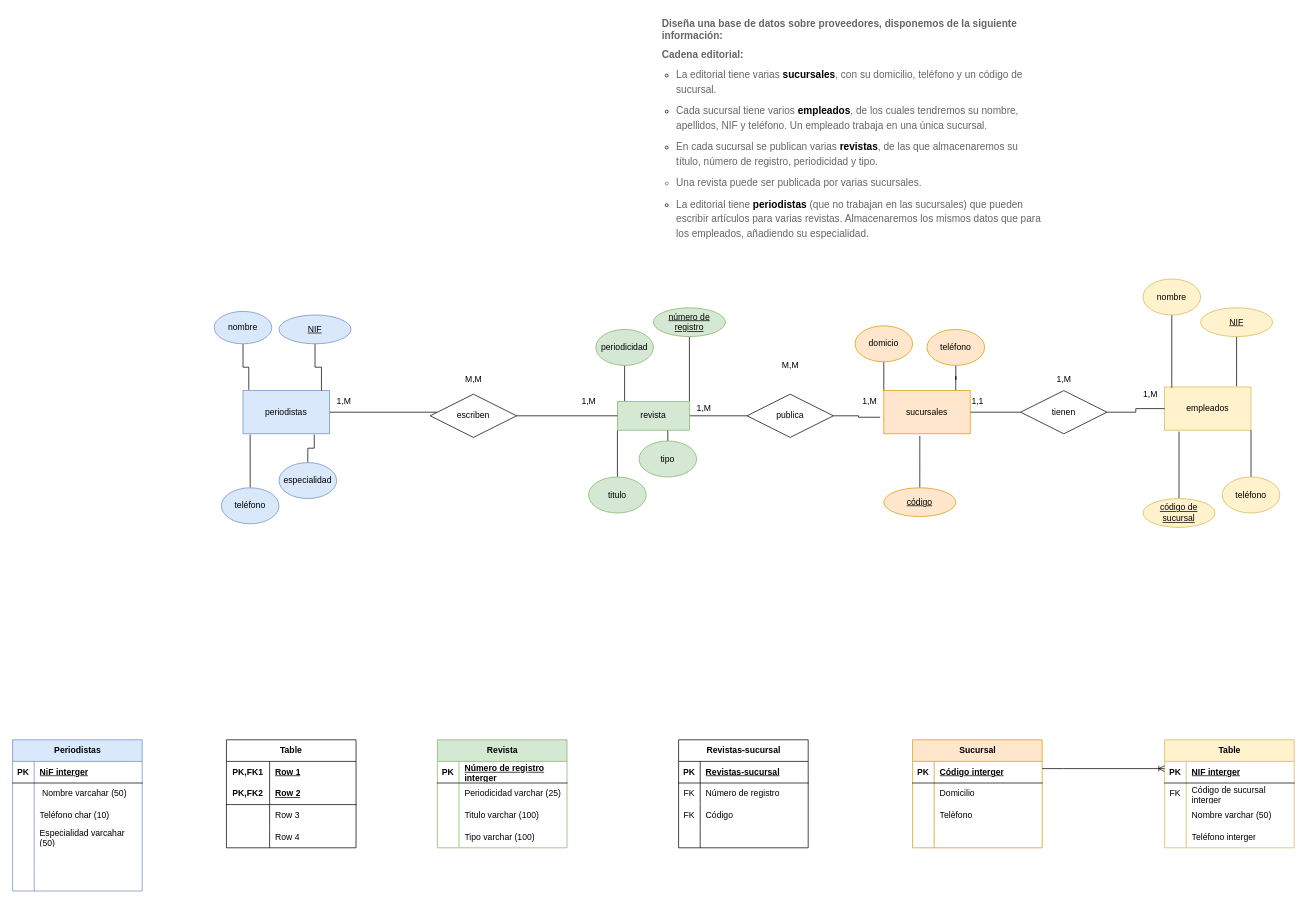
Above: Diagrama sin título.drawio in SandraGael/prueba (draw.io), before the change. Source tidied: cells renumbered, new cells numbered last; positions are measured from the earlier drawing's top-left corner, leaving out a move shared by most shapes. Both pictures are drawn from the tidied source at 72%, with x=0, y=0 at pixel (12, 12).
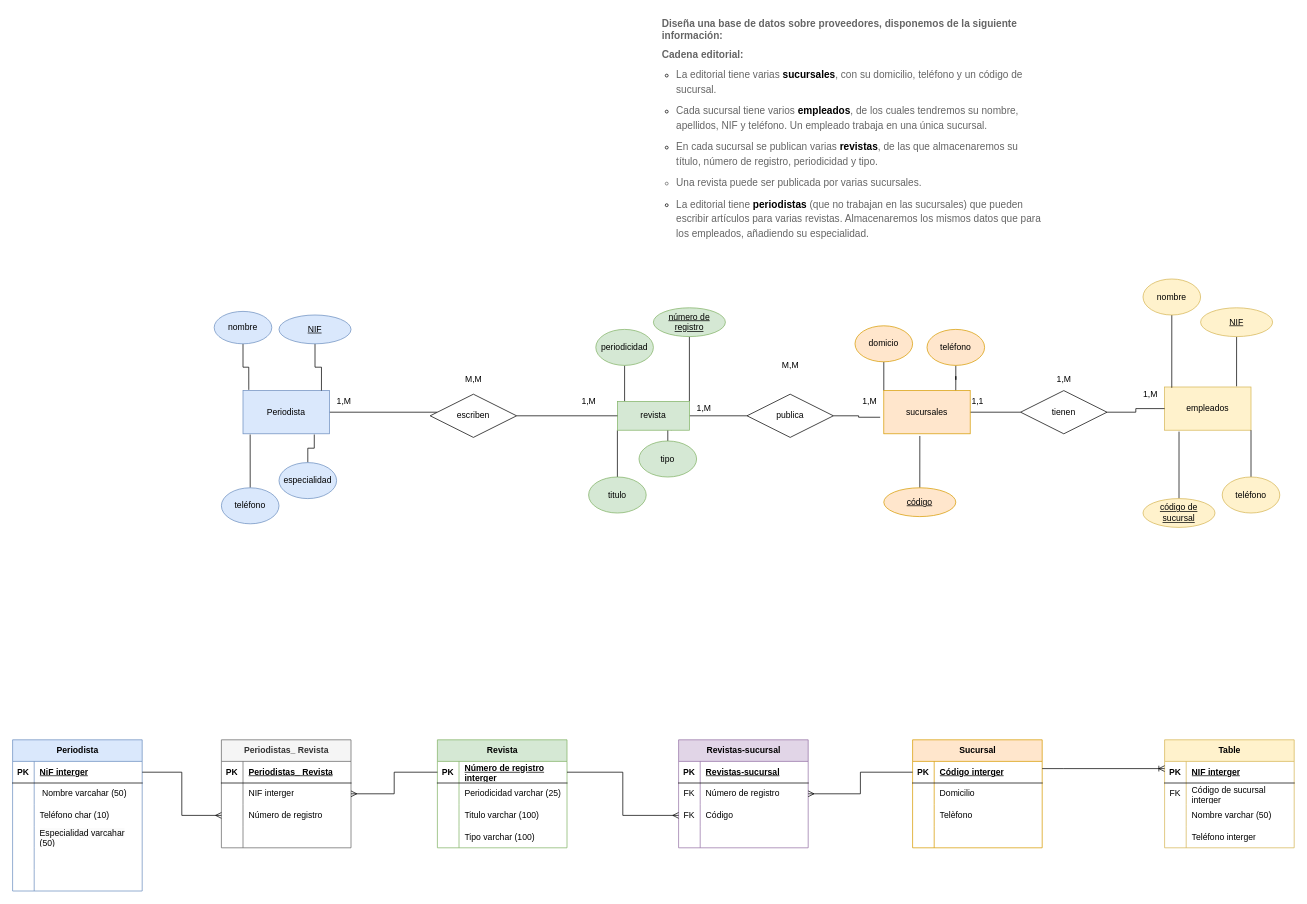
After the change.

The change refers to these unchanged cells:
```xml
<mxCell id="47" style="shape=tableRow;horizontal=0;startSize=0;swimlaneHead=0;swimlaneBody=0;fillColor=none;points=[[0,0.5],[1,0.5]];portConstraint=eastwest;top=0;left=0;right=0;bottom=1;" parent="46" vertex="1">
  <mxGeometry y="30" width="180" height="30" as="geometry" />
</mxCell>
<mxCell id="66" style="shape=tableRow;horizontal=0;startSize=0;swimlaneHead=0;swimlaneBody=0;fillColor=none;points=[[0,0.5],[1,0.5]];portConstraint=eastwest;top=0;left=0;right=0;bottom=1;" parent="65" vertex="1">
  <mxGeometry y="30" width="180" height="30" as="geometry" />
</mxCell>
<mxCell id="79" style="shape=tableRow;horizontal=0;startSize=0;swimlaneHead=0;swimlaneBody=0;fillColor=none;points=[[0,0.5],[1,0.5]];portConstraint=eastwest;top=0;left=0;right=0;bottom=1;" parent="78" vertex="1">
  <mxGeometry y="30" width="180" height="30" as="geometry" />
</mxCell>
<mxCell id="131" style="shape=tableRow;horizontal=0;startSize=0;swimlaneHead=0;swimlaneBody=0;fillColor=none;points=[[0,0.5],[1,0.5]];portConstraint=eastwest;top=0;left=0;right=0;bottom=0;" parent="127" vertex="1">
  <mxGeometry y="60" width="180" height="30" as="geometry" />
</mxCell>
<mxCell id="134" style="shape=tableRow;horizontal=0;startSize=0;swimlaneHead=0;swimlaneBody=0;fillColor=none;points=[[0,0.5],[1,0.5]];portConstraint=eastwest;top=0;left=0;right=0;bottom=0;" parent="127" vertex="1">
  <mxGeometry y="90" width="180" height="30" as="geometry" />
</mxCell>
```

What changed in the source:
```diff
@@
-    <mxCell id="5" value="periodistas" style="rounded=0;whiteSpace=wrap;html=1;fillColor=#dae8fc;strokeColor=#6c8ebf;" parent="1" vertex="1">
+    <mxCell id="5" value="Periodista" style="rounded=0;whiteSpace=wrap;html=1;fillColor=#dae8fc;strokeColor=#6c8ebf;" parent="1" vertex="1">
       <mxGeometry x="320" y="525" width="120" height="60" as="geometry" />
     </mxCell>
@@
-    <mxCell id="46" value="Periodistas" style="shape=table;startSize=30;childLayout=tableLayout;rowLines=0;fontStyle=1;align=center;html=1;fillColor=#dae8fc;strokeColor=#6c8ebf;" parent="1" vertex="1">
+    <mxCell id="46" value="Periodista" style="shape=table;startSize=30;childLayout=tableLayout;rowLines=0;fontStyle=1;align=center;html=1;fillColor=#dae8fc;strokeColor=#6c8ebf;" parent="1" vertex="1">
       <mxGeometry y="1010" width="180" height="210" as="geometry" />
     </mxCell>
@@
-    <mxCell id="91" value="Table" style="shape=table;startSize=30;childLayout=tableLayout;rowLines=0;fontStyle=1;align=center;html=1;whiteSpace=wrap;" parent="1" vertex="1">
-      <mxGeometry x="297" y="1010" width="180" height="150" as="geometry" />
-    </mxCell>
-    <mxCell id="92" style="shape=tableRow;horizontal=0;startSize=0;swimlaneHead=0;swimlaneBody=0;fillColor=none;top=0;left=0;right=0;bottom=0;html=1;" parent="91" vertex="1">
-      <mxGeometry y="30" width="180" height="30" as="geometry" />
-    </mxCell>
-    <mxCell id="93" value="PK,FK1" style="shape=partialRectangle;fillColor=none;top=0;left=0;bottom=0;right=0;fontStyle=1;overflow=hidden;html=1;whiteSpace=wrap;" parent="92" vertex="1">
-      <mxGeometry width="60" height="30" as="geometry" />
-    </mxCell>
-    <mxCell id="94" value="Row 1" style="shape=partialRectangle;fillColor=none;top=0;left=0;bottom=0;right=0;align=left;spacingLeft=6;fontStyle=5;overflow=hidden;html=1;whiteSpace=wrap;" parent="92" vertex="1">
-      <mxGeometry x="60" width="120" height="30" as="geometry" />
-    </mxCell>
-    <mxCell id="95" style="shape=tableRow;horizontal=0;startSize=0;swimlaneHead=0;swimlaneBody=0;fillColor=none;top=0;left=0;right=0;bottom=1;html=1;" parent="91" vertex="1">
-      <mxGeometry y="60" width="180" height="30" as="geometry" />
-    </mxCell>
-    <mxCell id="96" value="PK,FK2" style="shape=partialRectangle;fillColor=none;top=0;left=0;bottom=0;right=0;fontStyle=1;overflow=hidden;html=1;whiteSpace=wrap;" parent="95" vertex="1">
-      <mxGeometry width="60" height="30" as="geometry" />
-    </mxCell>
-    <mxCell id="97" value="Row 2" style="shape=partialRectangle;fillColor=none;top=0;left=0;bottom=0;right=0;align=left;spacingLeft=6;fontStyle=5;overflow=hidden;html=1;whiteSpace=wrap;" parent="95" vertex="1">
-      <mxGeometry x="60" width="120" height="30" as="geometry" />
-    </mxCell>
-    <mxCell id="98" style="shape=tableRow;horizontal=0;startSize=0;swimlaneHead=0;swimlaneBody=0;fillColor=none;top=0;left=0;right=0;bottom=0;html=1;" parent="91" vertex="1">
-      <mxGeometry y="90" width="180" height="30" as="geometry" />
-    </mxCell>
-    <mxCell id="99" style="shape=partialRectangle;fillColor=none;top=0;left=0;bottom=0;right=0;overflow=hidden;html=1;whiteSpace=wrap;" parent="98" vertex="1">
-      <mxGeometry width="60" height="30" as="geometry" />
-    </mxCell>
-    <mxCell id="100" value="Row 3" style="shape=partialRectangle;fillColor=none;top=0;left=0;bottom=0;right=0;align=left;spacingLeft=6;overflow=hidden;html=1;whiteSpace=wrap;" parent="98" vertex="1">
-      <mxGeometry x="60" width="120" height="30" as="geometry" />
-    </mxCell>
-    <mxCell id="101" style="shape=tableRow;horizontal=0;startSize=0;swimlaneHead=0;swimlaneBody=0;fillColor=none;top=0;left=0;right=0;bottom=0;html=1;" parent="91" vertex="1">
-      <mxGeometry y="120" width="180" height="30" as="geometry" />
-    </mxCell>
-    <mxCell id="102" style="shape=partialRectangle;fillColor=none;top=0;left=0;bottom=0;right=0;overflow=hidden;html=1;whiteSpace=wrap;" parent="101" vertex="1">
-      <mxGeometry width="60" height="30" as="geometry" />
-    </mxCell>
-    <mxCell id="103" value="Row 4" style="shape=partialRectangle;fillColor=none;top=0;left=0;bottom=0;right=0;align=left;spacingLeft=6;overflow=hidden;html=1;whiteSpace=wrap;" parent="101" vertex="1">
-      <mxGeometry x="60" width="120" height="30" as="geometry" />
-    </mxCell>
@@
-    <mxCell id="127" value="Revistas-sucursal" style="shape=table;startSize=30;childLayout=tableLayout;rowLines=0;fontStyle=1;align=center;html=1;" parent="1" vertex="1">
+    <mxCell id="127" value="Revistas-sucursal" style="shape=table;startSize=30;childLayout=tableLayout;rowLines=0;fontStyle=1;align=center;html=1;fillColor=#e1d5e7;strokeColor=#9673a6;" parent="1" vertex="1">
       <mxGeometry x="925" y="1010" width="180" height="150" as="geometry" />
     </mxCell>
@@
+    <mxCell id="140" style="edgeStyle=orthogonalEdgeStyle;rounded=0;jettySize=auto;html=1;exitX=1;exitY=0.5;exitDx=0;exitDy=0;entryX=0;entryY=0.5;entryDx=0;entryDy=0;endArrow=ERmany;endFill=0;" parent="1" edge="1" source="66" target="134">
+      <mxGeometry relative="1" as="geometry" />
+    </mxCell>
+    <mxCell id="141" style="edgeStyle=orthogonalEdgeStyle;rounded=0;jettySize=auto;html=1;entryX=1;entryY=0.5;entryDx=0;entryDy=0;endArrow=ERmany;endFill=0;" parent="1" edge="1" source="79" target="131">
+      <mxGeometry relative="1" as="geometry" />
+    </mxCell>
+    <mxCell id="142" value="Periodistas_ Revista" style="shape=table;startSize=30;childLayout=tableLayout;rowLines=0;fontStyle=1;align=center;html=1;fillColor=#f5f5f5;fontColor=#333333;strokeColor=#666666;" parent="1" vertex="1">
+      <mxGeometry x="290" y="1010" width="180" height="150" as="geometry" />
+    </mxCell>
+    <mxCell id="143" style="shape=tableRow;horizontal=0;startSize=0;swimlaneHead=0;swimlaneBody=0;fillColor=none;top=0;left=0;right=0;bottom=1;" parent="142" vertex="1">
+      <mxGeometry y="30" width="180" height="30" as="geometry" />
+    </mxCell>
+    <mxCell id="144" value="PK" style="shape=partialRectangle;fillColor=none;top=0;left=0;bottom=0;right=0;fontStyle=1;overflow=hidden;whiteSpace=wrap;html=1;" parent="143" vertex="1">
+      <mxGeometry width="30" height="30" as="geometry" />
+    </mxCell>
+    <mxCell id="145" value="Periodistas_ Revista" style="shape=partialRectangle;fillColor=none;top=0;left=0;bottom=0;right=0;align=left;spacingLeft=6;fontStyle=5;overflow=hidden;whiteSpace=wrap;html=1;" parent="143" vertex="1">
+      <mxGeometry x="30" width="150" height="30" as="geometry" />
+    </mxCell>
+    <mxCell id="146" style="shape=tableRow;horizontal=0;startSize=0;swimlaneHead=0;swimlaneBody=0;fillColor=none;points=[[0,0.5],[1,0.5]];portConstraint=eastwest;top=0;left=0;right=0;bottom=0;" parent="142" vertex="1">
+      <mxGeometry y="60" width="180" height="30" as="geometry" />
+    </mxCell>
+    <mxCell id="147" style="shape=partialRectangle;fillColor=none;top=0;left=0;bottom=0;right=0;overflow=hidden;whiteSpace=wrap;html=1;" parent="146" vertex="1">
+      <mxGeometry width="30" height="30" as="geometry" />
+    </mxCell>
+    <mxCell id="148" value="NIF interger" style="shape=partialRectangle;fillColor=none;top=0;left=0;bottom=0;right=0;align=left;spacingLeft=6;overflow=hidden;whiteSpace=wrap;html=1;" parent="146" vertex="1">
+      <mxGeometry x="30" width="150" height="30" as="geometry" />
+    </mxCell>
+    <mxCell id="149" style="shape=tableRow;horizontal=0;startSize=0;swimlaneHead=0;swimlaneBody=0;fillColor=none;points=[[0,0.5],[1,0.5]];portConstraint=eastwest;top=0;left=0;right=0;bottom=0;" parent="142" vertex="1">
+      <mxGeometry y="90" width="180" height="30" as="geometry" />
+    </mxCell>
+    <mxCell id="150" style="shape=partialRectangle;fillColor=none;top=0;left=0;bottom=0;right=0;overflow=hidden;whiteSpace=wrap;html=1;" parent="149" vertex="1">
+      <mxGeometry width="30" height="30" as="geometry" />
+    </mxCell>
+    <mxCell id="151" value="Número de registro" style="shape=partialRectangle;fillColor=none;top=0;left=0;bottom=0;right=0;align=left;spacingLeft=6;overflow=hidden;whiteSpace=wrap;html=1;" parent="149" vertex="1">
+      <mxGeometry x="30" width="150" height="30" as="geometry" />
+    </mxCell>
+    <mxCell id="152" style="shape=tableRow;horizontal=0;startSize=0;swimlaneHead=0;swimlaneBody=0;fillColor=none;top=0;left=0;right=0;bottom=0;" parent="142" vertex="1">
+      <mxGeometry y="120" width="180" height="30" as="geometry" />
+    </mxCell>
+    <mxCell id="153" style="shape=partialRectangle;fillColor=none;top=0;left=0;bottom=0;right=0;overflow=hidden;whiteSpace=wrap;html=1;" parent="152" vertex="1">
+      <mxGeometry width="30" height="30" as="geometry" />
+    </mxCell>
+    <mxCell id="154" style="shape=partialRectangle;fillColor=none;top=0;left=0;bottom=0;right=0;align=left;spacingLeft=6;overflow=hidden;whiteSpace=wrap;html=1;" parent="152" vertex="1">
+      <mxGeometry x="30" width="150" height="30" as="geometry" />
+    </mxCell>
+    <mxCell id="155" style="edgeStyle=orthogonalEdgeStyle;rounded=0;jettySize=auto;html=1;exitX=1;exitY=0.5;exitDx=0;exitDy=0;entryX=0;entryY=0.5;entryDx=0;entryDy=0;endArrow=ERmany;endFill=0;" parent="1" edge="1" source="47" target="149">
+      <mxGeometry relative="1" as="geometry" />
+    </mxCell>
+    <mxCell id="156" style="edgeStyle=orthogonalEdgeStyle;rounded=0;jettySize=auto;html=1;entryX=1;entryY=0.5;entryDx=0;entryDy=0;endArrow=ERmany;endFill=0;" parent="1" edge="1" source="66" target="146">
+      <mxGeometry relative="1" as="geometry" />
+    </mxCell>
```
